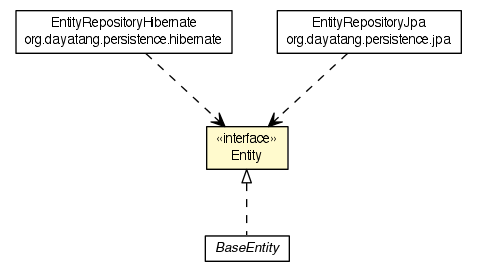
This is apidocs/org/dayatang/domain/Entity.png from dayatang/dddlib, a Graphviz export, as it was before one commit. Its source is kept beside it as apidocs/org/dayatang/domain/Entity.dot.
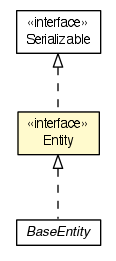
Later version of the same file.

The edit, as a diff of the source:
```diff
@@ -4,30 +4,23 @@
 	node [fontname="Helvetica",fontsize=10,shape=plaintext];
 	nodesep=0.25;
 	ranksep=0.5;
-	c46138 [label=<<table title="org.dayatang.domain.Entity" border="0" cellborder="1" cellspacing="0" cellpadding="2" port="p" bgcolor="lemonChiffon" href="./Entity.html">
+	c45938 [label=<<table title="org.dayatang.domain.Entity" border="0" cellborder="1" cellspacing="0" cellpadding="2" port="p" bgcolor="lemonChiffon" href="./Entity.html">
 		<tr><td><table border="0" cellspacing="0" cellpadding="1">
 <tr><td align="center" balign="center"> &#171;interface&#187; </td></tr>
 <tr><td align="center" balign="center"> Entity </td></tr>
 		</table></td></tr>
 		</table>>, URL="./Entity.html", fontname="Helvetica", fontcolor="black", fontsize=10.0];
-	c46143 [label=<<table title="org.dayatang.domain.BaseEntity" border="0" cellborder="1" cellspacing="0" cellpadding="2" port="p" href="./BaseEntity.html">
+	c45943 [label=<<table title="org.dayatang.domain.BaseEntity" border="0" cellborder="1" cellspacing="0" cellpadding="2" port="p" href="./BaseEntity.html">
 		<tr><td><table border="0" cellspacing="0" cellpadding="1">
 <tr><td align="center" balign="center"><font face="Helvetica-Oblique"> BaseEntity </font></td></tr>
 		</table></td></tr>
 		</table>>, URL="./BaseEntity.html", fontname="Helvetica", fontcolor="black", fontsize=10.0];
-	c46250 [label=<<table title="org.dayatang.persistence.hibernate.EntityRepositoryHibernate" border="0" cellborder="1" cellspacing="0" cellpadding="2" port="p" href="../persistence/hibernate/EntityRepositoryHibernate.html">
+	c46182:p -> c45938:p [dir=back,arrowtail=empty,style=dashed];
+	c45938:p -> c45943:p [dir=back,arrowtail=empty,style=dashed];
+	c46182 [label=<<table title="java.io.Serializable" border="0" cellborder="1" cellspacing="0" cellpadding="2" port="p" href="http://download.oracle.com/javase/7/docs/api/java/io/Serializable.html">
 		<tr><td><table border="0" cellspacing="0" cellpadding="1">
-<tr><td align="center" balign="center"> EntityRepositoryHibernate </td></tr>
-<tr><td align="center" balign="center"> org.dayatang.persistence.hibernate </td></tr>
+<tr><td align="center" balign="center"> &#171;interface&#187; </td></tr>
+<tr><td align="center" balign="center"> Serializable </td></tr>
 		</table></td></tr>
-		</table>>, URL="../persistence/hibernate/EntityRepositoryHibernate.html", fontname="Helvetica", fontcolor="black", fontsize=10.0];
-	c46252 [label=<<table title="org.dayatang.persistence.jpa.EntityRepositoryJpa" border="0" cellborder="1" cellspacing="0" cellpadding="2" port="p" href="../persistence/jpa/EntityRepositoryJpa.html">
-		<tr><td><table border="0" cellspacing="0" cellpadding="1">
-<tr><td align="center" balign="center"> EntityRepositoryJpa </td></tr>
-<tr><td align="center" balign="center"> org.dayatang.persistence.jpa </td></tr>
-		</table></td></tr>
-		</table>>, URL="../persistence/jpa/EntityRepositoryJpa.html", fontname="Helvetica", fontcolor="black", fontsize=10.0];
-	c46138:p -> c46143:p [dir=back,arrowtail=empty,style=dashed];
-	c46250:p -> c46138:p [taillabel="", label=" "headlabel="", fontname="Helvetica", fontcolor="black", fontsize=10.0, color="black", arrowhead=open, style=dashed];
-	c46252:p -> c46138:p [taillabel="", label=" "headlabel="", fontname="Helvetica", fontcolor="black", fontsize=10.0, color="black", arrowhead=open, style=dashed];
+		</table>>, URL="http://download.oracle.com/javase/7/docs/api/java/io/Serializable.html", fontname="Helvetica", fontcolor="black", fontsize=10.0];
 }
```
